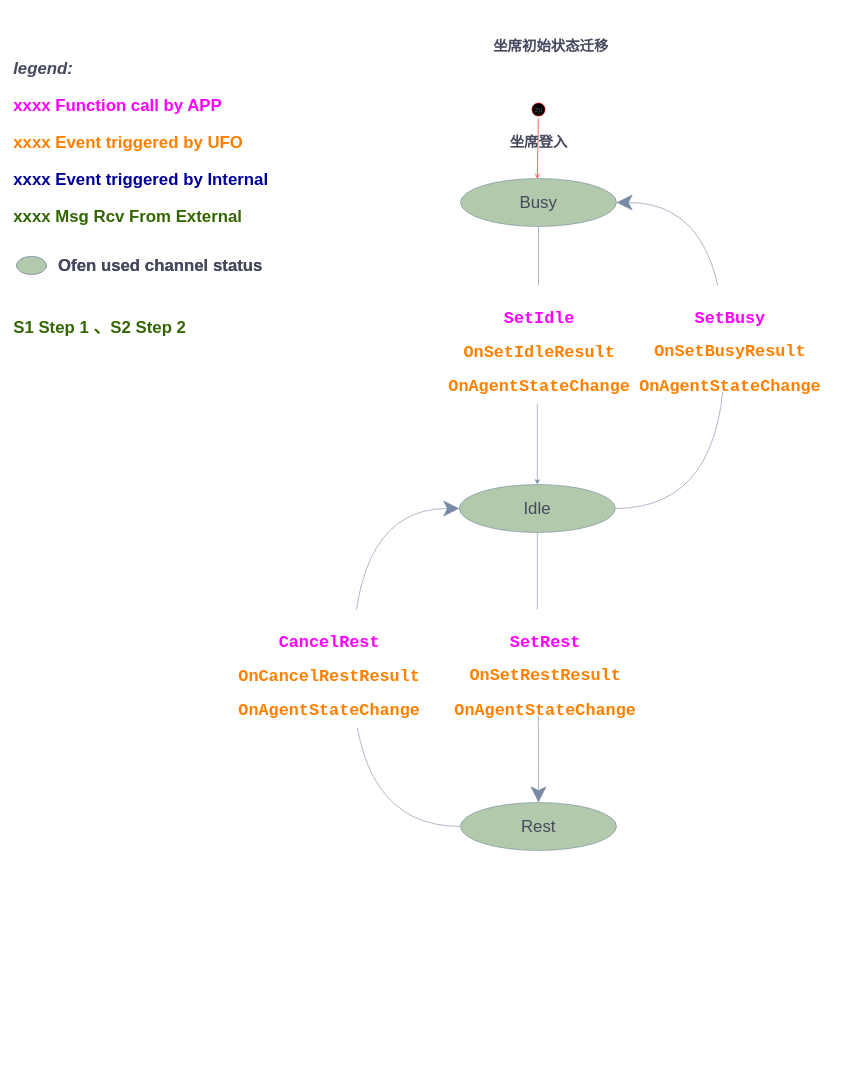
Above: RCS APP/RCS 坐席状态迁移图.drawio in uyuy2043/yy (draw.io), before the change. Source tidied: cells renumbered, new cells numbered last; positions are measured from the earlier drawing's top-left corner, leaving out a move shared by most shapes. Both pictures are drawn from the tidied source at 60%, with x=0, y=0 at pixel (10, 16).
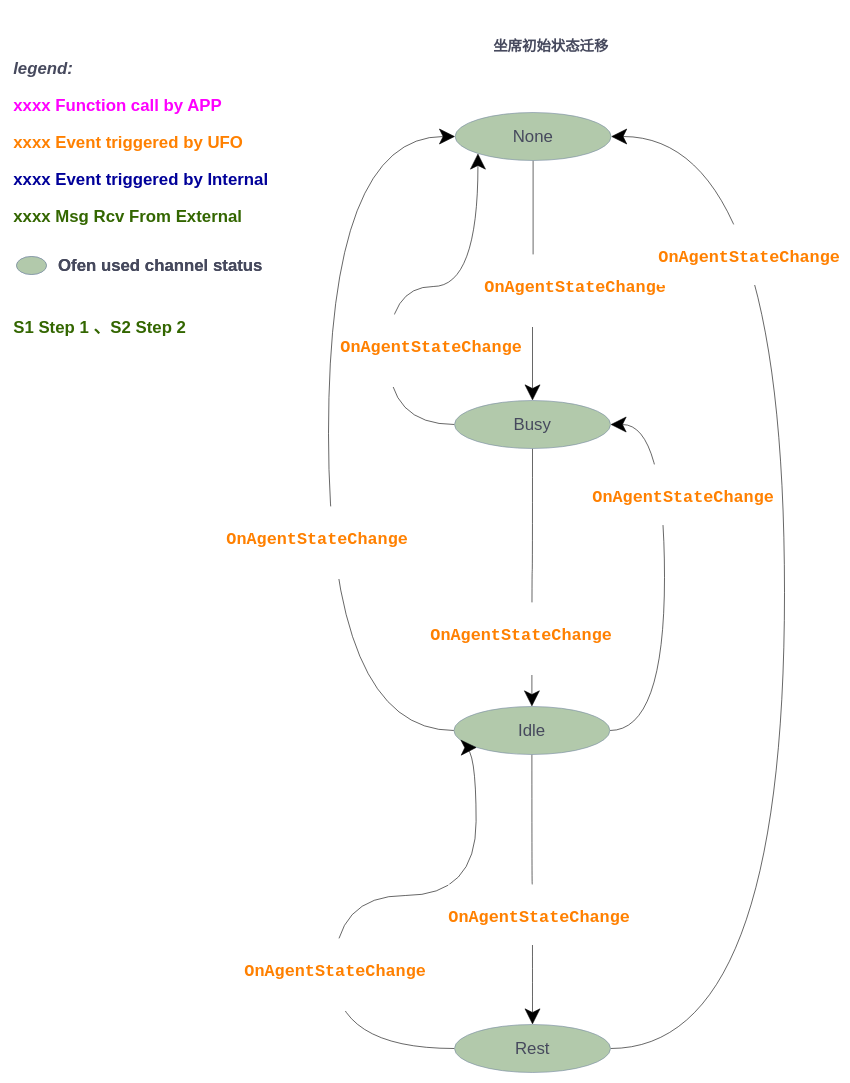
The same page after the edit.

Commit message:
更新RCS 坐席状态迁移图.drawio

Diff of the diagram source:
```diff
@@
+    <mxCell id="22" style="edgeStyle=orthogonalEdgeStyle;curved=1;rounded=0;jettySize=auto;html=1;entryX=0;entryY=1;entryDx=0;entryDy=0;endSize=24;" parent="1" edge="1" source="6" target="26">
+      <mxGeometry relative="1" as="geometry">
+        <Array as="points">
+          <mxPoint x="630" y="680" />
+          <mxPoint x="630" y="450" />
+          <mxPoint x="779" y="450" />
+        </Array>
+      </mxGeometry>
+    </mxCell>
-    <mxCell id="5" style="edgeStyle=orthogonalEdgeStyle;curved=0;rounded=1;sketch=0;jettySize=auto;html=1;entryX=0.5;entryY=0;entryDx=0;entryDy=0;fontColor=#46495D;strokeColor=#788AA3;fillColor=#B2C9AB;" parent="1" edge="1" source="6" target="12">
+    <mxCell id="5" style="edgeStyle=orthogonalEdgeStyle;curved=1;rounded=0;jettySize=auto;html=1;endSize=24;" parent="1" edge="1" source="6" target="12">
       <mxGeometry relative="1" as="geometry" />
     </mxCell>
     <mxCell id="6" value="&lt;span style=&quot;font-size: 28px&quot;&gt;Busy&lt;/span&gt;" style="ellipse;whiteSpace=wrap;html=1;fillColor=#B2C9AB;strokeColor=#788AA3;fontColor=#46495D;" parent="1" vertex="1">
-      <mxGeometry x="750" y="270" width="260" height="80" as="geometry" />
+      <mxGeometry x="740" y="640" width="260" height="80" as="geometry" />
     </mxCell>
@@
+    <mxCell id="23" style="edgeStyle=orthogonalEdgeStyle;curved=1;rounded=0;jettySize=auto;html=1;entryX=0;entryY=0.5;entryDx=0;entryDy=0;endSize=24;" parent="1" edge="1" source="12" target="26">
+      <mxGeometry relative="1" as="geometry">
+        <Array as="points">
+          <mxPoint x="530" y="1190" />
+          <mxPoint x="530" y="200" />
+        </Array>
+      </mxGeometry>
+    </mxCell>
+    <mxCell id="11" style="edgeStyle=orthogonalEdgeStyle;curved=1;rounded=0;jettySize=auto;html=1;endSize=24;" parent="1" edge="1" source="12" target="16">
+      <mxGeometry relative="1" as="geometry" />
+    </mxCell>
-    <mxCell id="10" style="edgeStyle=orthogonalEdgeStyle;curved=1;rounded=1;sketch=0;jettySize=auto;html=1;entryX=1;entryY=0.5;entryDx=0;entryDy=0;fontColor=#46495D;strokeColor=#788AA3;fillColor=#B2C9AB;endSize=24;" parent="1" edge="1" source="12" target="6">
+    <mxCell id="10" style="edgeStyle=orthogonalEdgeStyle;curved=1;rounded=0;jettySize=auto;html=1;entryX=1;entryY=0.5;entryDx=0;entryDy=0;endSize=24;exitX=1;exitY=0.5;exitDx=0;exitDy=0;" parent="1" edge="1" source="12" target="6">
       <mxGeometry relative="1" as="geometry">
         <Array as="points">
-          <mxPoint x="1190" y="820" />
-          <mxPoint x="1190" y="310" />
+          <mxPoint x="1090" y="1190" />
+          <mxPoint x="1090" y="680" />
         </Array>
       </mxGeometry>
     </mxCell>
-    <mxCell id="11" style="edgeStyle=orthogonalEdgeStyle;curved=1;rounded=1;sketch=0;jettySize=auto;html=1;entryX=0.5;entryY=0;entryDx=0;entryDy=0;fontColor=#46495D;endSize=24;strokeColor=#788AA3;fillColor=#B2C9AB;" parent="1" edge="1" source="12" target="16">
-      <mxGeometry relative="1" as="geometry" />
-    </mxCell>
     <mxCell id="12" value="&lt;span style=&quot;font-size: 28px&quot;&gt;Idle&lt;/span&gt;" style="ellipse;whiteSpace=wrap;html=1;fillColor=#B2C9AB;strokeColor=#788AA3;fontColor=#46495D;" parent="1" vertex="1">
-      <mxGeometry x="748" y="780" width="260" height="80" as="geometry" />
+      <mxGeometry x="739" y="1150" width="260" height="80" as="geometry" />
     </mxCell>
-    <mxCell id="13" value="&lt;div style=&quot;font-family: &amp;#34;consolas&amp;#34; , &amp;#34;courier new&amp;#34; , monospace ; line-height: 19px ; font-size: 28px&quot;&gt;&lt;div style=&quot;font-family: &amp;#34;consolas&amp;#34; , &amp;#34;courier new&amp;#34; , monospace ; line-height: 19px&quot;&gt;&lt;h1 class=&quot;topictitle1&quot;&gt;&lt;font color=&quot;#ff00ff&quot; style=&quot;font-size: 28px&quot;&gt;SetIdle&lt;/font&gt;&lt;/h1&gt;&lt;div&gt;&lt;font style=&quot;font-size: 28px&quot; color=&quot;#ff8000&quot;&gt;OnSetIdleResult&lt;/font&gt;&lt;/div&gt;&lt;div&gt;&lt;font style=&quot;font-size: 28px&quot; color=&quot;#ff8000&quot;&gt;&lt;br&gt;&lt;/font&gt;&lt;/div&gt;&lt;div&gt;&lt;font color=&quot;#ff8000&quot;&gt;&lt;br&gt;&lt;/font&gt;&lt;/div&gt;&lt;div&gt;&lt;font color=&quot;#ff8000&quot;&gt;OnAgentStateChange&lt;/font&gt;&lt;/div&gt;&lt;div&gt;&lt;br&gt;&lt;/div&gt;&lt;/div&gt;&lt;/div&gt;" style="edgeLabel;html=1;align=center;verticalAlign=middle;fontSize=15;fontColor=#46495D;fontStyle=1;" parent="1" vertex="1">
-      <mxGeometry x="560" y="340" as="geometry">
+    <mxCell id="13" value="&lt;div style=&quot;font-family: &amp;#34;consolas&amp;#34; , &amp;#34;courier new&amp;#34; , monospace ; line-height: 19px ; font-size: 28px&quot;&gt;&lt;div style=&quot;font-family: &amp;#34;consolas&amp;#34; , &amp;#34;courier new&amp;#34; , monospace ; line-height: 19px&quot;&gt;&lt;h1 class=&quot;topictitle1&quot;&gt;&lt;span style=&quot;color: rgb(255 , 128 , 0) ; font-size: 28px&quot;&gt;OnAgentStateChange&lt;/span&gt;&lt;br&gt;&lt;/h1&gt;&lt;div&gt;&lt;br&gt;&lt;/div&gt;&lt;/div&gt;&lt;/div&gt;" style="edgeLabel;html=1;align=center;verticalAlign=middle;fontSize=15;fontColor=#46495D;fontStyle=1;" parent="1" vertex="1">
+      <mxGeometry x="530" y="830" as="geometry">
         <mxPoint x="320" y="206" as="offset" />
       </mxGeometry>
     </mxCell>
+    <mxCell id="24" style="edgeStyle=orthogonalEdgeStyle;curved=1;rounded=0;jettySize=auto;html=1;entryX=1;entryY=0.5;entryDx=0;entryDy=0;endSize=24;" parent="1" edge="1" source="16" target="26">
+      <mxGeometry relative="1" as="geometry">
+        <Array as="points">
+          <mxPoint x="1290" y="1720" />
+          <mxPoint x="1290" y="200" />
+        </Array>
+      </mxGeometry>
+    </mxCell>
-    <mxCell id="14" value="&lt;div style=&quot;font-family: &amp;#34;consolas&amp;#34; , &amp;#34;courier new&amp;#34; , monospace ; line-height: 19px ; font-size: 28px&quot;&gt;&lt;div style=&quot;font-family: &amp;#34;consolas&amp;#34; , &amp;#34;courier new&amp;#34; , monospace ; line-height: 19px&quot;&gt;&lt;h1 class=&quot;topictitle1&quot;&gt;&lt;font color=&quot;#ff00ff&quot; style=&quot;font-size: 28px&quot;&gt;SetBusy&lt;/font&gt;&lt;/h1&gt;&lt;div&gt;&lt;font style=&quot;font-size: 28px&quot; color=&quot;#ff8000&quot;&gt;OnSetBusyResult&lt;/font&gt;&lt;/div&gt;&lt;div&gt;&lt;br&gt;&lt;/div&gt;&lt;div&gt;&lt;br&gt;&lt;/div&gt;&lt;div&gt;&lt;span style=&quot;color: rgb(255 , 128 , 0)&quot;&gt;OnAgentStateChange&lt;/span&gt;&lt;br&gt;&lt;/div&gt;&lt;/div&gt;&lt;/div&gt;" style="edgeLabel;html=1;align=center;verticalAlign=middle;fontSize=15;fontColor=#46495D;fontStyle=1;" parent="1" vertex="1">
-      <mxGeometry x="878" y="330" as="geometry">
+    <mxCell id="14" value="&lt;div style=&quot;font-family: &amp;#34;consolas&amp;#34; , &amp;#34;courier new&amp;#34; , monospace ; line-height: 19px ; font-size: 28px&quot;&gt;&lt;div style=&quot;font-family: &amp;#34;consolas&amp;#34; , &amp;#34;courier new&amp;#34; , monospace ; line-height: 19px&quot;&gt;&lt;h1 class=&quot;topictitle1&quot;&gt;&lt;span style=&quot;color: rgb(255 , 128 , 0) ; font-size: 28px&quot;&gt;OnAgentStateChange&lt;/span&gt;&lt;br&gt;&lt;/h1&gt;&lt;/div&gt;&lt;/div&gt;" style="edgeLabel;html=1;align=center;verticalAlign=middle;fontSize=15;fontColor=#46495D;fontStyle=1;" parent="1" vertex="1">
+      <mxGeometry x="800" y="590" as="geometry">
         <mxPoint x="320" y="206" as="offset" />
       </mxGeometry>
     </mxCell>
-    <mxCell id="15" style="edgeStyle=orthogonalEdgeStyle;curved=1;rounded=1;sketch=0;jettySize=auto;html=1;entryX=0;entryY=0.5;entryDx=0;entryDy=0;fontColor=#46495D;endSize=24;strokeColor=#788AA3;fillColor=#B2C9AB;" parent="1" edge="1" source="16" target="12">
+    <mxCell id="15" style="edgeStyle=orthogonalEdgeStyle;curved=1;rounded=0;jettySize=auto;html=1;entryX=0;entryY=1;entryDx=0;entryDy=0;endSize=24;" parent="1" edge="1" source="16" target="12">
       <mxGeometry relative="1" as="geometry">
         <Array as="points">
-          <mxPoint x="570" y="1350" />
-          <mxPoint x="570" y="820" />
+          <mxPoint x="540" y="1720" />
+          <mxPoint x="540" y="1465" />
+          <mxPoint x="776" y="1465" />
         </Array>
       </mxGeometry>
     </mxCell>
     <mxCell id="16" value="&lt;span style=&quot;font-size: 28px&quot;&gt;Rest&lt;/span&gt;" style="ellipse;whiteSpace=wrap;html=1;fillColor=#B2C9AB;strokeColor=#788AA3;fontColor=#46495D;" parent="1" vertex="1">
-      <mxGeometry x="750" y="1310" width="260" height="80" as="geometry" />
+      <mxGeometry x="740" y="1680" width="260" height="80" as="geometry" />
     </mxCell>
-    <mxCell id="17" value="&lt;div style=&quot;font-family: &amp;#34;consolas&amp;#34; , &amp;#34;courier new&amp;#34; , monospace ; line-height: 19px ; font-size: 28px&quot;&gt;&lt;div style=&quot;font-family: &amp;#34;consolas&amp;#34; , &amp;#34;courier new&amp;#34; , monospace ; line-height: 19px&quot;&gt;&lt;h1 class=&quot;topictitle1&quot;&gt;&lt;font color=&quot;#ff00ff&quot; style=&quot;font-size: 28px&quot;&gt;SetRest&lt;/font&gt;&lt;/h1&gt;&lt;div&gt;&lt;font style=&quot;font-size: 28px&quot; color=&quot;#ff8000&quot;&gt;OnSetRestResult&lt;/font&gt;&lt;/div&gt;&lt;div&gt;&lt;br&gt;&lt;/div&gt;&lt;div&gt;&lt;br&gt;&lt;/div&gt;&lt;div&gt;&lt;span style=&quot;color: rgb(255 , 128 , 0)&quot;&gt;OnAgentStateChange&lt;/span&gt;&lt;br&gt;&lt;/div&gt;&lt;/div&gt;&lt;/div&gt;" style="edgeLabel;html=1;align=center;verticalAlign=middle;fontSize=15;fontColor=#46495D;fontStyle=1;" parent="1" vertex="1">
-      <mxGeometry x="570" y="870" as="geometry">
+    <mxCell id="17" value="&lt;div style=&quot;font-family: &amp;#34;consolas&amp;#34; , &amp;#34;courier new&amp;#34; , monospace ; line-height: 19px ; font-size: 28px&quot;&gt;&lt;div style=&quot;font-family: &amp;#34;consolas&amp;#34; , &amp;#34;courier new&amp;#34; , monospace ; line-height: 19px&quot;&gt;&lt;h1 class=&quot;topictitle1&quot;&gt;&lt;span style=&quot;color: rgb(255 , 128 , 0) ; font-size: 28px&quot;&gt;OnAgentStateChange&lt;/span&gt;&lt;br&gt;&lt;/h1&gt;&lt;/div&gt;&lt;/div&gt;" style="edgeLabel;html=1;align=center;verticalAlign=middle;fontSize=15;fontColor=#46495D;fontStyle=1;" parent="1" vertex="1">
+      <mxGeometry x="560" y="1290" as="geometry">
         <mxPoint x="320" y="206" as="offset" />
       </mxGeometry>
     </mxCell>
-    <mxCell id="18" value="&lt;div style=&quot;font-family: &amp;#34;consolas&amp;#34; , &amp;#34;courier new&amp;#34; , monospace ; line-height: 19px ; font-size: 28px&quot;&gt;&lt;div style=&quot;font-family: &amp;#34;consolas&amp;#34; , &amp;#34;courier new&amp;#34; , monospace ; line-height: 19px&quot;&gt;&lt;h1 class=&quot;topictitle1&quot;&gt;&lt;font color=&quot;#ff00ff&quot; style=&quot;font-size: 28px&quot;&gt;CancelRest&lt;/font&gt;&lt;/h1&gt;&lt;div&gt;&lt;font style=&quot;font-size: 28px&quot; color=&quot;#ff8000&quot;&gt;OnCancelRestResult&lt;/font&gt;&lt;/div&gt;&lt;div&gt;&lt;font style=&quot;font-size: 28px&quot; color=&quot;#ff8000&quot;&gt;&lt;br&gt;&lt;/font&gt;&lt;/div&gt;&lt;div&gt;&lt;span style=&quot;color: rgb(255 , 128 , 0)&quot;&gt;&lt;br&gt;&lt;/span&gt;&lt;/div&gt;&lt;div&gt;&lt;span style=&quot;color: rgb(255 , 128 , 0)&quot;&gt;OnAgentStateChange&lt;/span&gt;&lt;font style=&quot;font-size: 28px&quot; color=&quot;#ff8000&quot;&gt;&lt;br&gt;&lt;/font&gt;&lt;/div&gt;&lt;div&gt;&lt;br&gt;&lt;/div&gt;&lt;/div&gt;&lt;/div&gt;" style="edgeLabel;html=1;align=center;verticalAlign=middle;fontSize=15;fontColor=#46495D;fontStyle=1;" parent="1" vertex="1">
-      <mxGeometry x="210" y="880" as="geometry">
+    <mxCell id="18" value="&lt;div style=&quot;font-family: &amp;#34;consolas&amp;#34; , &amp;#34;courier new&amp;#34; , monospace ; line-height: 19px ; font-size: 28px&quot;&gt;&lt;div style=&quot;font-family: &amp;#34;consolas&amp;#34; , &amp;#34;courier new&amp;#34; , monospace ; line-height: 19px&quot;&gt;&lt;h1 class=&quot;topictitle1&quot;&gt;&lt;span style=&quot;color: rgb(255 , 128 , 0) ; font-size: 28px&quot;&gt;OnAgentStateChange&lt;/span&gt;&lt;br&gt;&lt;/h1&gt;&lt;div&gt;&lt;br&gt;&lt;/div&gt;&lt;/div&gt;&lt;/div&gt;" style="edgeLabel;html=1;align=center;verticalAlign=middle;fontSize=15;fontColor=#46495D;fontStyle=1;" parent="1" vertex="1">
+      <mxGeometry x="220" y="1390" as="geometry">
         <mxPoint x="320" y="206" as="offset" />
       </mxGeometry>
     </mxCell>
-    <mxCell id="19" style="html=1;verticalAlign=bottom;endArrow=open;strokeColor=#ff0000;rounded=1;sketch=0;fontColor=#46495D;fillColor=#B2C9AB;entryX=0.5;entryY=0;entryDx=0;entryDy=0;startArrow=none;" parent="1" edge="1" source="20">
-      <mxGeometry relative="1" as="geometry">
-        <mxPoint x="878" y="270" as="targetPoint" />
-      </mxGeometry>
-    </mxCell>
-    <mxCell id="20" value="zu" style="ellipse;html=1;shape=startState;fillColor=#000000;strokeColor=#ff0000;rounded=0;sketch=0;fontColor=#46495D;" parent="1" vertex="1">
-      <mxGeometry x="865" y="140" width="30" height="30" as="geometry" />
-    </mxCell>
-    <mxCell id="21" value="&lt;font style=&quot;font-size: 24px&quot;&gt;&lt;b&gt;坐席登入&lt;/b&gt;&lt;/font&gt;" style="text;html=1;align=center;verticalAlign=middle;strokeColor=none;fillColor=none;fontColor=#46495D;gradientColor=none;" parent="1" vertex="1">
-      <mxGeometry x="825" y="200" width="110" height="20" as="geometry" />
-    </mxCell>
+    <mxCell id="25" style="edgeStyle=orthogonalEdgeStyle;rounded=0;jettySize=auto;html=1;entryX=0.5;entryY=0;entryDx=0;entryDy=0;endSize=24;" parent="1" edge="1" source="26" target="6">
+      <mxGeometry relative="1" as="geometry" />
+    </mxCell>
+    <mxCell id="26" value="&lt;span style=&quot;font-size: 28px&quot;&gt;None&lt;/span&gt;" style="ellipse;whiteSpace=wrap;html=1;fillColor=#B2C9AB;strokeColor=#788AA3;fontColor=#46495D;" parent="1" vertex="1">
+      <mxGeometry x="741" y="160" width="260" height="80" as="geometry" />
+    </mxCell>
+    <mxCell id="27" value="&lt;div style=&quot;font-family: &amp;#34;consolas&amp;#34; , &amp;#34;courier new&amp;#34; , monospace ; line-height: 19px ; font-size: 28px&quot;&gt;&lt;div style=&quot;font-family: &amp;#34;consolas&amp;#34; , &amp;#34;courier new&amp;#34; , monospace ; line-height: 19px&quot;&gt;&lt;h1 class=&quot;topictitle1&quot;&gt;&lt;span style=&quot;color: rgb(255 , 128 , 0) ; font-size: 28px&quot;&gt;OnAgentStateChange&lt;/span&gt;&lt;br&gt;&lt;/h1&gt;&lt;div&gt;&lt;br&gt;&lt;/div&gt;&lt;/div&gt;&lt;/div&gt;" style="edgeLabel;html=1;align=center;verticalAlign=middle;fontSize=15;fontColor=#46495D;fontStyle=1;" parent="1" vertex="1">
+      <mxGeometry x="620" y="250" as="geometry">
+        <mxPoint x="320" y="206" as="offset" />
+      </mxGeometry>
+    </mxCell>
+    <mxCell id="28" value="&lt;div style=&quot;font-family: &amp;#34;consolas&amp;#34; , &amp;#34;courier new&amp;#34; , monospace ; line-height: 19px ; font-size: 28px&quot;&gt;&lt;div style=&quot;font-family: &amp;#34;consolas&amp;#34; , &amp;#34;courier new&amp;#34; , monospace ; line-height: 19px&quot;&gt;&lt;h1 class=&quot;topictitle1&quot;&gt;&lt;span style=&quot;color: rgb(255 , 128 , 0) ; font-size: 28px&quot;&gt;OnAgentStateChange&lt;/span&gt;&lt;br&gt;&lt;/h1&gt;&lt;/div&gt;&lt;/div&gt;" style="edgeLabel;html=1;align=center;verticalAlign=middle;fontSize=15;fontColor=#46495D;fontStyle=1;" parent="1" vertex="1">
+      <mxGeometry x="910" y="190" as="geometry">
+        <mxPoint x="320" y="206" as="offset" />
+      </mxGeometry>
+    </mxCell>
+    <mxCell id="29" value="&lt;div style=&quot;font-family: &amp;#34;consolas&amp;#34; , &amp;#34;courier new&amp;#34; , monospace ; line-height: 19px ; font-size: 28px&quot;&gt;&lt;div style=&quot;font-family: &amp;#34;consolas&amp;#34; , &amp;#34;courier new&amp;#34; , monospace ; line-height: 19px&quot;&gt;&lt;h1 class=&quot;topictitle1&quot;&gt;&lt;span style=&quot;color: rgb(255 , 128 , 0) ; font-size: 28px&quot;&gt;OnAgentStateChange&lt;/span&gt;&lt;br&gt;&lt;/h1&gt;&lt;div&gt;&lt;br&gt;&lt;/div&gt;&lt;/div&gt;&lt;/div&gt;" style="edgeLabel;html=1;align=center;verticalAlign=middle;fontSize=15;fontColor=#46495D;fontStyle=1;" parent="1" vertex="1">
+      <mxGeometry x="190" y="670" as="geometry">
+        <mxPoint x="320" y="206" as="offset" />
+      </mxGeometry>
+    </mxCell>
+    <mxCell id="30" value="&lt;div style=&quot;font-family: &amp;#34;consolas&amp;#34; , &amp;#34;courier new&amp;#34; , monospace ; line-height: 19px ; font-size: 28px&quot;&gt;&lt;div style=&quot;font-family: &amp;#34;consolas&amp;#34; , &amp;#34;courier new&amp;#34; , monospace ; line-height: 19px&quot;&gt;&lt;h1 class=&quot;topictitle1&quot;&gt;&lt;span style=&quot;color: rgb(255 , 128 , 0) ; font-size: 28px&quot;&gt;OnAgentStateChange&lt;/span&gt;&lt;br&gt;&lt;/h1&gt;&lt;div&gt;&lt;br&gt;&lt;/div&gt;&lt;/div&gt;&lt;/div&gt;" style="edgeLabel;html=1;align=center;verticalAlign=middle;fontSize=15;fontColor=#46495D;fontStyle=1;" parent="1" vertex="1">
+      <mxGeometry x="380" y="350" as="geometry">
+        <mxPoint x="320" y="206" as="offset" />
+      </mxGeometry>
+    </mxCell>
```
